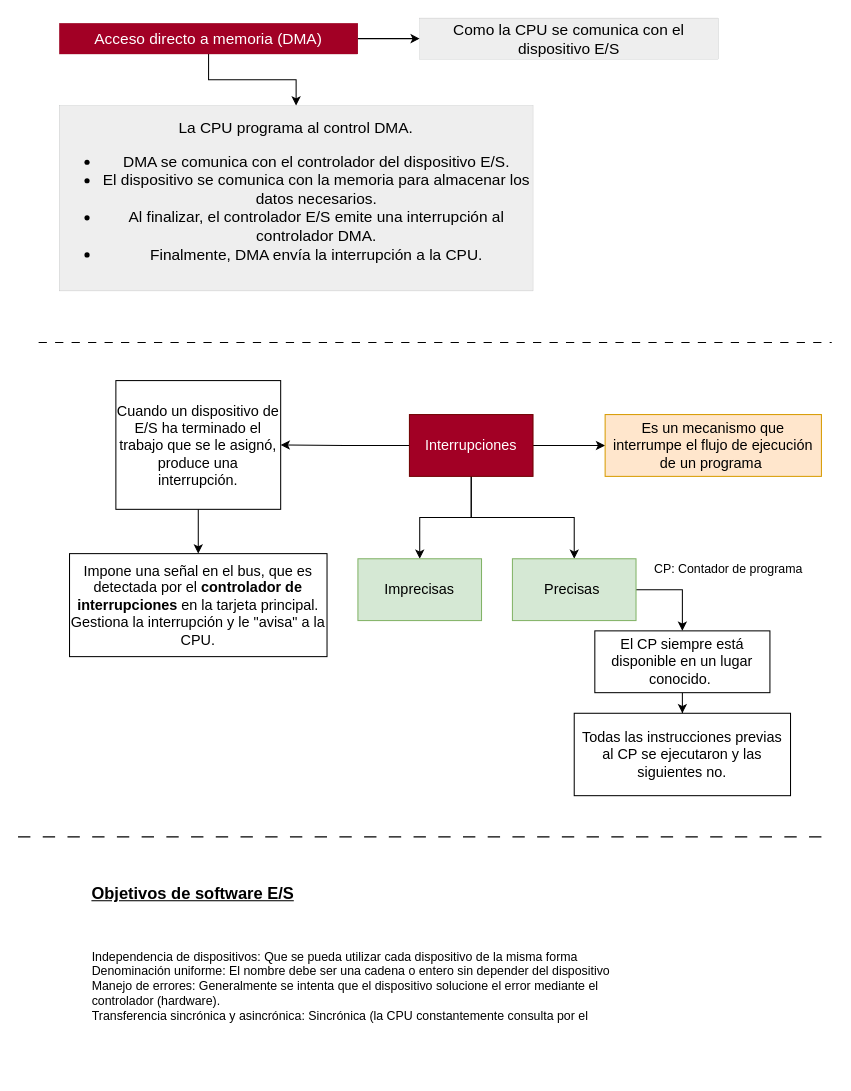
The draw.io diagram page "Página-2" (2 of 3) of Sistemas Operativos 1/Clase 4 - Sist. op. 1.drawio in RMSabrina/Apuntes-Universitarios, before the edit. Source tidied: cells renumbered, new cells numbered last; positions are measured from the earlier drawing's top-left corner, leaving out a move shared by most shapes. Both pictures are drawn from the tidied source at 103%, with x=0, y=0 at pixel (18, 18).
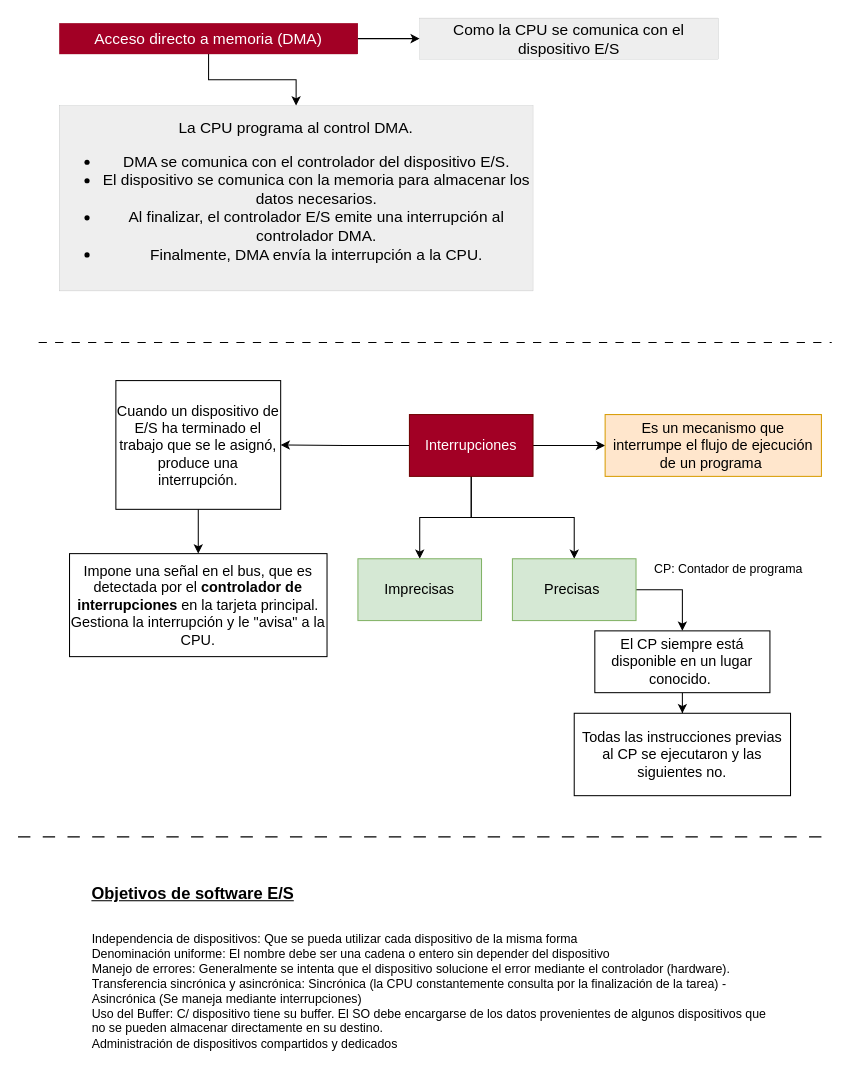
After the change.

The edit, as a diff of the source:
```diff
@@
-    <mxCell id="26" value="Independencia de dispositivos: Que se pueda utilizar cada dispositivo de la misma forma&lt;br&gt;Denominación uniforme: El nombre debe ser una cadena o entero sin depender del dispositivo&lt;br&gt;Manejo de errores: Generalmente se intenta que el dispositivo solucione el error mediante el controlador (hardware).&amp;nbsp;&lt;br&gt;Transferencia sincrónica y asincrónica: Sincrónica (la CPU constantemente consulta por el&amp;nbsp;" style="text;html=1;strokeColor=none;fillColor=none;align=left;verticalAlign=middle;whiteSpace=wrap;rounded=0;" parent="1" vertex="1">
-      <mxGeometry x="70" y="895" width="540" height="90" as="geometry" />
+    <mxCell id="26" value="Independencia de dispositivos: Que se pueda utilizar cada dispositivo de la misma forma&lt;br&gt;Denominación uniforme: El nombre debe ser una cadena o entero sin depender del dispositivo&lt;br&gt;Manejo de errores: Generalmente se intenta que el dispositivo solucione el error mediante el controlador (hardware).&amp;nbsp;&lt;br&gt;Transferencia sincrónica y asincrónica: Sincrónica (la CPU constantemente consulta por la finalización de la tarea) - Asincrónica (Se maneja mediante interrupciones)&amp;nbsp;&lt;br&gt;Uso del Buffer: C/ dispositivo tiene su buffer. El SO debe encargarse de los datos provenientes de algunos dispositivos que no se pueden almacenar directamente en su destino.&amp;nbsp;&lt;br&gt;Administración de dispositivos compartidos y dedicados" style="text;html=1;strokeColor=none;fillColor=none;align=left;verticalAlign=middle;whiteSpace=wrap;rounded=0;" parent="1" vertex="1">
+      <mxGeometry x="70" y="865" width="670" height="160" as="geometry" />
     </mxCell>
```
